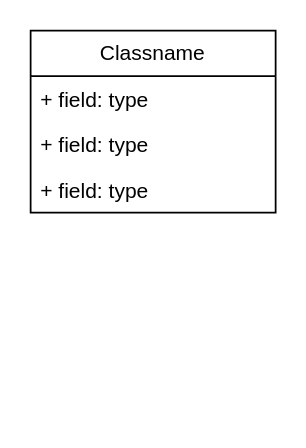
Above: Websocket.drawio in mitoyouhei/drawio (draw.io), before the change. Source tidied: cells renumbered, new cells numbered last; positions are measured from the earlier drawing's top-left corner, leaving out a move shared by most shapes. Both pictures are drawn from the tidied source at 175%, with x=0, y=0 at pixel (30, 30).
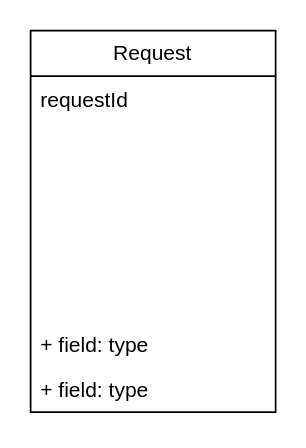
After the change.

The edit, as a diff of the source:
```diff
@@
 <mxGraphModel>
   <root>
     <mxCell id="0" />
     <mxCell id="1" parent="0" />
-    <mxCell id="2" value="Classname" style="swimlane;fontStyle=0;horizontal=1;startSize=26;fillColor=none;whiteSpace=wrap;html=1;" parent="1" vertex="1">
-      <mxGeometry width="140" height="104" as="geometry" />
+    <mxCell id="2" value="Request" style="swimlane;fontStyle=0;horizontal=1;startSize=26;fillColor=none;whiteSpace=wrap;html=1;" parent="1" vertex="1">
+      <mxGeometry width="140" height="218" as="geometry" />
     </mxCell>
-    <mxCell id="3" value="+ field: type" style="text;strokeColor=none;fillColor=none;align=left;verticalAlign=top;spacingLeft=4;spacingRight=4;overflow=hidden;whiteSpace=wrap;html=1;" parent="2" vertex="1">
-      <mxGeometry y="26" width="140" height="26" as="geometry" />
+    <mxCell id="3" value="requestId" style="text;strokeColor=none;fillColor=none;align=left;verticalAlign=top;spacingLeft=4;spacingRight=4;overflow=hidden;whiteSpace=wrap;html=1;direction=north;" parent="2" vertex="1">
+      <mxGeometry y="26" width="140" height="140" as="geometry" />
     </mxCell>
     <mxCell id="4" value="+ field: type" style="text;strokeColor=none;fillColor=none;align=left;verticalAlign=top;spacingLeft=4;spacingRight=4;overflow=hidden;whiteSpace=wrap;html=1;" parent="2" vertex="1">
-      <mxGeometry y="52" width="140" height="26" as="geometry" />
+      <mxGeometry y="166" width="140" height="26" as="geometry" />
     </mxCell>
     <mxCell id="5" value="+ field: type" style="text;strokeColor=none;fillColor=none;align=left;verticalAlign=top;spacingLeft=4;spacingRight=4;overflow=hidden;whiteSpace=wrap;html=1;" parent="2" vertex="1">
-      <mxGeometry y="78" width="140" height="26" as="geometry" />
+      <mxGeometry y="192" width="140" height="26" as="geometry" />
     </mxCell>
   </root>
 </mxGraphModel>
```
